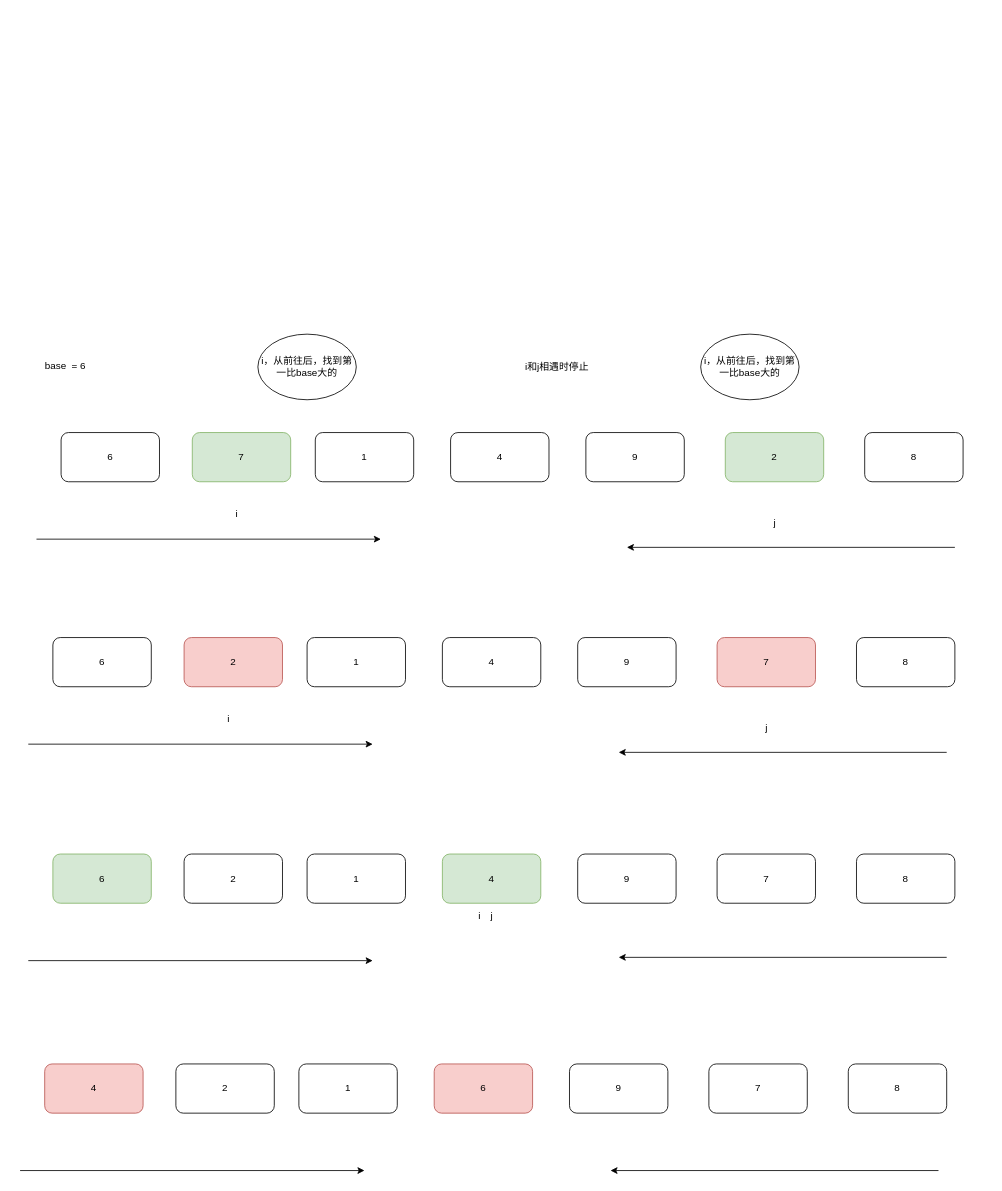
Above: Sort/xml/quicksort.drawio in mstao/data-structures (draw.io), before the change. Source tidied: cells renumbered, new cells numbered last; positions are measured from the earlier drawing's top-left corner, leaving out a move shared by most shapes. Both pictures are drawn from the tidied source at 82%, with x=0, y=0 at pixel (20, 22).
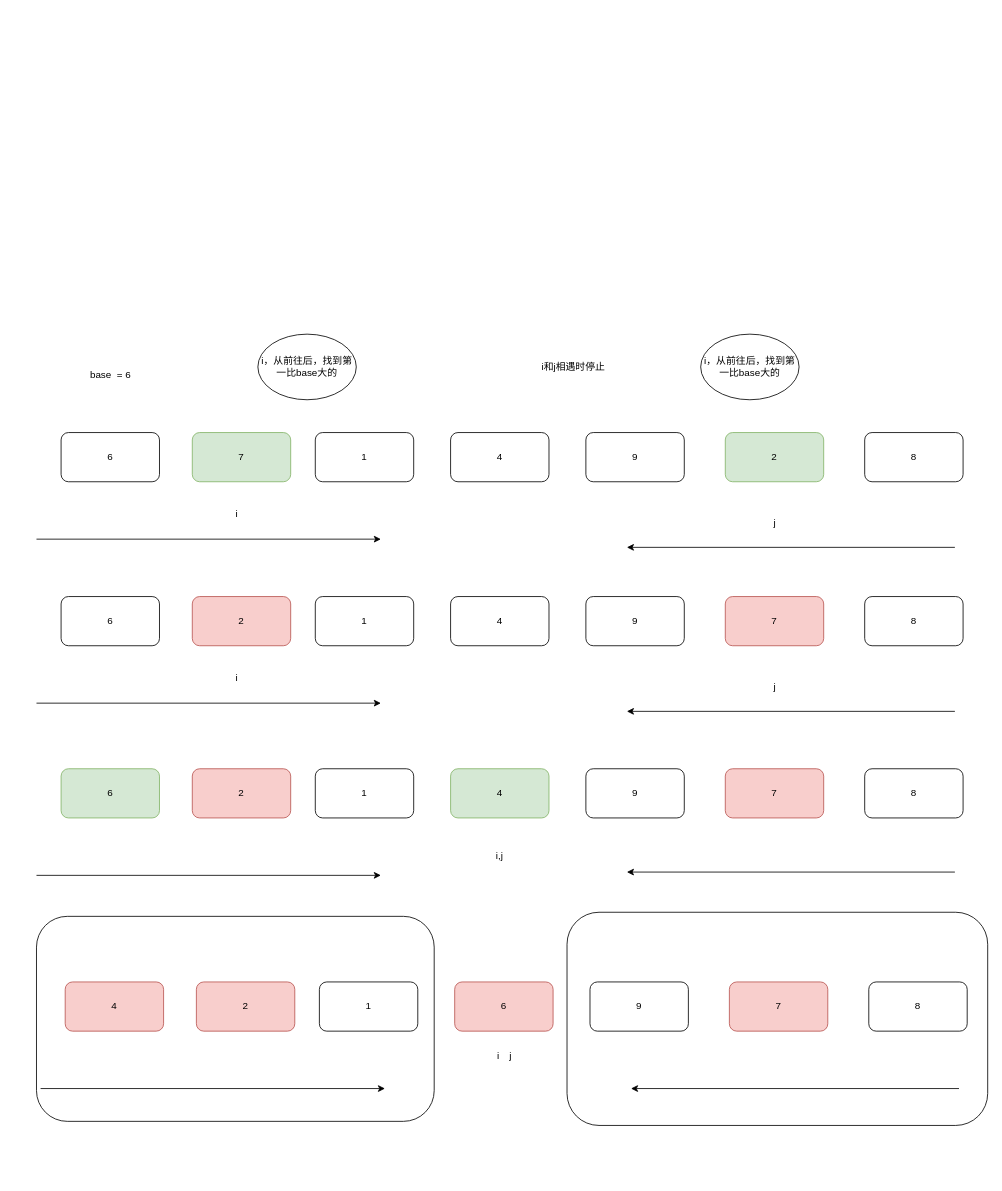
Above is the later version.

What changed in the source:
```diff
@@
     <mxCell id="10" value="base&amp;nbsp; = 6" style="text;html=1;align=center;verticalAlign=middle;strokeColor=none;" parent="1" vertex="1">
-      <mxGeometry x="20" y="409" width="70" height="20" as="geometry" />
+      <mxGeometry x="75" y="420" width="70" height="20" as="geometry" />
     </mxCell>
@@
     <mxCell id="17" value="6" style="rounded=1;whiteSpace=wrap;html=1;" parent="1" vertex="1">
-      <mxGeometry x="40" y="750" width="120" height="60" as="geometry" />
+      <mxGeometry x="50" y="700" width="120" height="60" as="geometry" />
     </mxCell>
     <mxCell id="18" value="2" style="rounded=1;whiteSpace=wrap;html=1;fillColor=#f8cecc;strokeColor=#b85450;" parent="1" vertex="1">
-      <mxGeometry x="200" y="750" width="120" height="60" as="geometry" />
+      <mxGeometry x="210" y="700" width="120" height="60" as="geometry" />
     </mxCell>
     <mxCell id="19" value="1" style="rounded=1;whiteSpace=wrap;html=1;" parent="1" vertex="1">
-      <mxGeometry x="350" y="750" width="120" height="60" as="geometry" />
+      <mxGeometry x="360" y="700" width="120" height="60" as="geometry" />
     </mxCell>
     <mxCell id="20" value="4" style="rounded=1;whiteSpace=wrap;html=1;" parent="1" vertex="1">
-      <mxGeometry x="515" y="750" width="120" height="60" as="geometry" />
+      <mxGeometry x="525" y="700" width="120" height="60" as="geometry" />
     </mxCell>
     <mxCell id="21" value="9" style="rounded=1;whiteSpace=wrap;html=1;" parent="1" vertex="1">
-      <mxGeometry x="680" y="750" width="120" height="60" as="geometry" />
+      <mxGeometry x="690" y="700" width="120" height="60" as="geometry" />
     </mxCell>
     <mxCell id="22" value="7" style="rounded=1;whiteSpace=wrap;html=1;fillColor=#f8cecc;strokeColor=#b85450;" parent="1" vertex="1">
-      <mxGeometry x="850" y="750" width="120" height="60" as="geometry" />
+      <mxGeometry x="860" y="700" width="120" height="60" as="geometry" />
     </mxCell>
     <mxCell id="23" value="8" style="rounded=1;whiteSpace=wrap;html=1;" parent="1" vertex="1">
-      <mxGeometry x="1020" y="750" width="120" height="60" as="geometry" />
+      <mxGeometry x="1030" y="700" width="120" height="60" as="geometry" />
     </mxCell>
     <mxCell id="24" value="j" style="text;html=1;align=center;verticalAlign=middle;strokeColor=none;" parent="1" vertex="1">
-      <mxGeometry x="900" y="850" width="20" height="20" as="geometry" />
+      <mxGeometry x="910" y="800" width="20" height="20" as="geometry" />
     </mxCell>
     <mxCell id="25" value="i" style="text;html=1;align=center;verticalAlign=middle;strokeColor=none;" parent="1" vertex="1">
-      <mxGeometry x="244" y="840" width="20" height="20" as="geometry" />
+      <mxGeometry x="254" y="790" width="20" height="20" as="geometry" />
     </mxCell>
     <mxCell id="26" style="endArrow=classic;html=1;" parent="1" edge="1">
       <mxGeometry relative="1" as="geometry">
-        <mxPoint x="1130" y="890" as="sourcePoint" />
-        <mxPoint x="730" y="890" as="targetPoint" />
+        <mxPoint x="1140" y="840" as="sourcePoint" />
+        <mxPoint x="740" y="840" as="targetPoint" />
       </mxGeometry>
     </mxCell>
     <mxCell id="27" style="endArrow=classic;html=1;" parent="1" edge="1">
       <mxGeometry relative="1" as="geometry">
-        <mxPoint x="10" y="880" as="sourcePoint" />
-        <mxPoint x="430" y="880" as="targetPoint" />
+        <mxPoint x="20" y="830" as="sourcePoint" />
+        <mxPoint x="440" y="830" as="targetPoint" />
       </mxGeometry>
     </mxCell>
     <mxCell id="28" value="6" style="rounded=1;whiteSpace=wrap;html=1;fillColor=#d5e8d4;strokeColor=#82b366;" parent="1" vertex="1">
-      <mxGeometry x="40" y="1014" width="120" height="60" as="geometry" />
+      <mxGeometry x="50" y="910" width="120" height="60" as="geometry" />
     </mxCell>
-    <mxCell id="29" value="2" style="rounded=1;whiteSpace=wrap;html=1;" parent="1" vertex="1">
-      <mxGeometry x="200" y="1014" width="120" height="60" as="geometry" />
+    <mxCell id="29" value="2" style="rounded=1;whiteSpace=wrap;html=1;fillColor=#f8cecc;strokeColor=#b85450;" parent="1" vertex="1">
+      <mxGeometry x="210" y="910" width="120" height="60" as="geometry" />
     </mxCell>
     <mxCell id="30" value="1" style="rounded=1;whiteSpace=wrap;html=1;" parent="1" vertex="1">
-      <mxGeometry x="350" y="1014" width="120" height="60" as="geometry" />
+      <mxGeometry x="360" y="910" width="120" height="60" as="geometry" />
     </mxCell>
     <mxCell id="31" value="4" style="rounded=1;whiteSpace=wrap;html=1;fillColor=#d5e8d4;strokeColor=#82b366;" parent="1" vertex="1">
-      <mxGeometry x="515" y="1014" width="120" height="60" as="geometry" />
+      <mxGeometry x="525" y="910" width="120" height="60" as="geometry" />
     </mxCell>
     <mxCell id="32" value="9" style="rounded=1;whiteSpace=wrap;html=1;" parent="1" vertex="1">
-      <mxGeometry x="680" y="1014" width="120" height="60" as="geometry" />
+      <mxGeometry x="690" y="910" width="120" height="60" as="geometry" />
     </mxCell>
-    <mxCell id="33" value="7" style="rounded=1;whiteSpace=wrap;html=1;" parent="1" vertex="1">
-      <mxGeometry x="850" y="1014" width="120" height="60" as="geometry" />
+    <mxCell id="33" value="7" style="rounded=1;whiteSpace=wrap;html=1;fillColor=#f8cecc;strokeColor=#b85450;" parent="1" vertex="1">
+      <mxGeometry x="860" y="910" width="120" height="60" as="geometry" />
     </mxCell>
     <mxCell id="34" value="8" style="rounded=1;whiteSpace=wrap;html=1;" parent="1" vertex="1">
-      <mxGeometry x="1020" y="1014" width="120" height="60" as="geometry" />
+      <mxGeometry x="1030" y="910" width="120" height="60" as="geometry" />
     </mxCell>
     <mxCell id="35" value="j" style="text;html=1;align=center;verticalAlign=middle;strokeColor=none;" parent="1" vertex="1">
-      <mxGeometry x="565" y="1080" width="20" height="20" as="geometry" />
+      <mxGeometry x="587.5" y="1250" width="20" height="20" as="geometry" />
     </mxCell>
     <mxCell id="36" value="i" style="text;html=1;align=center;verticalAlign=middle;strokeColor=none;" parent="1" vertex="1">
-      <mxGeometry x="550" y="1080" width="20" height="20" as="geometry" />
+      <mxGeometry x="572.5" y="1250" width="20" height="20" as="geometry" />
     </mxCell>
     <mxCell id="37" style="endArrow=classic;html=1;" parent="1" edge="1">
       <mxGeometry relative="1" as="geometry">
-        <mxPoint x="1130" y="1140" as="sourcePoint" />
-        <mxPoint x="730" y="1140" as="targetPoint" />
+        <mxPoint x="1140" y="1036" as="sourcePoint" />
+        <mxPoint x="740" y="1036" as="targetPoint" />
       </mxGeometry>
     </mxCell>
     <mxCell id="38" style="endArrow=classic;html=1;" parent="1" edge="1">
       <mxGeometry relative="1" as="geometry">
-        <mxPoint x="10" y="1144" as="sourcePoint" />
-        <mxPoint x="430" y="1144" as="targetPoint" />
+        <mxPoint x="20" y="1040" as="sourcePoint" />
+        <mxPoint x="440" y="1040" as="targetPoint" />
       </mxGeometry>
     </mxCell>
     <mxCell id="39" value="i和j相遇时停止" style="text;html=1;strokeColor=none;fillColor=none;align=center;verticalAlign=middle;whiteSpace=wrap;rounded=0;" parent="1" vertex="1">
-      <mxGeometry x="585" y="410" width="140" height="20" as="geometry" />
+      <mxGeometry x="605" y="410" width="140" height="20" as="geometry" />
     </mxCell>
     <mxCell id="40" value="4" style="rounded=1;whiteSpace=wrap;html=1;fillColor=#f8cecc;strokeColor=#b85450;" parent="1" vertex="1">
-      <mxGeometry x="30" y="1270" width="120" height="60" as="geometry" />
+      <mxGeometry x="55" y="1170" width="120" height="60" as="geometry" />
     </mxCell>
-    <mxCell id="41" value="2" style="rounded=1;whiteSpace=wrap;html=1;" parent="1" vertex="1">
-      <mxGeometry x="190" y="1270" width="120" height="60" as="geometry" />
+    <mxCell id="41" value="2" style="rounded=1;whiteSpace=wrap;html=1;fillColor=#f8cecc;strokeColor=#b85450;" parent="1" vertex="1">
+      <mxGeometry x="215" y="1170" width="120" height="60" as="geometry" />
     </mxCell>
     <mxCell id="42" value="1" style="rounded=1;whiteSpace=wrap;html=1;" parent="1" vertex="1">
-      <mxGeometry x="340" y="1270" width="120" height="60" as="geometry" />
+      <mxGeometry x="365" y="1170" width="120" height="60" as="geometry" />
     </mxCell>
     <mxCell id="43" value="6" style="rounded=1;whiteSpace=wrap;html=1;fillColor=#f8cecc;strokeColor=#b85450;" parent="1" vertex="1">
-      <mxGeometry x="505" y="1270" width="120" height="60" as="geometry" />
+      <mxGeometry x="530" y="1170" width="120" height="60" as="geometry" />
     </mxCell>
     <mxCell id="44" value="9" style="rounded=1;whiteSpace=wrap;html=1;" parent="1" vertex="1">
-      <mxGeometry x="670" y="1270" width="120" height="60" as="geometry" />
+      <mxGeometry x="695" y="1170" width="120" height="60" as="geometry" />
     </mxCell>
-    <mxCell id="45" value="7" style="rounded=1;whiteSpace=wrap;html=1;" parent="1" vertex="1">
-      <mxGeometry x="840" y="1270" width="120" height="60" as="geometry" />
+    <mxCell id="45" value="7" style="rounded=1;whiteSpace=wrap;html=1;fillColor=#f8cecc;strokeColor=#b85450;" parent="1" vertex="1">
+      <mxGeometry x="865" y="1170" width="120" height="60" as="geometry" />
     </mxCell>
     <mxCell id="46" value="8" style="rounded=1;whiteSpace=wrap;html=1;" parent="1" vertex="1">
-      <mxGeometry x="1010" y="1270" width="120" height="60" as="geometry" />
+      <mxGeometry x="1035" y="1170" width="120" height="60" as="geometry" />
     </mxCell>
     <mxCell id="47" style="endArrow=classic;html=1;" parent="1" edge="1">
       <mxGeometry relative="1" as="geometry">
-        <mxPoint x="1120" y="1400" as="sourcePoint" />
-        <mxPoint x="720" y="1400" as="targetPoint" />
+        <mxPoint x="1145" y="1300" as="sourcePoint" />
+        <mxPoint x="745" y="1300" as="targetPoint" />
       </mxGeometry>
     </mxCell>
     <mxCell id="48" style="endArrow=classic;html=1;" parent="1" edge="1">
       <mxGeometry relative="1" as="geometry">
-        <mxPoint y="1400" as="sourcePoint" />
-        <mxPoint x="420" y="1400" as="targetPoint" />
+        <mxPoint x="25" y="1300" as="sourcePoint" />
+        <mxPoint x="445" y="1300" as="targetPoint" />
       </mxGeometry>
     </mxCell>
+    <mxCell id="49" style="rounded=1;whiteSpace=wrap;html=1;fillColor=none;" parent="1" vertex="1">
+      <mxGeometry x="667" y="1085" width="513" height="260" as="geometry" />
+    </mxCell>
+    <mxCell id="50" style="rounded=1;whiteSpace=wrap;html=1;fillColor=none;" parent="1" vertex="1">
+      <mxGeometry x="20" y="1090" width="485" height="250" as="geometry" />
+    </mxCell>
+    <mxCell id="51" value="i,j" style="text;html=1;strokeColor=none;fillColor=none;align=center;verticalAlign=middle;whiteSpace=wrap;rounded=0;" parent="1" vertex="1">
+      <mxGeometry x="565" y="1006" width="40" height="20" as="geometry" />
+    </mxCell>
```
